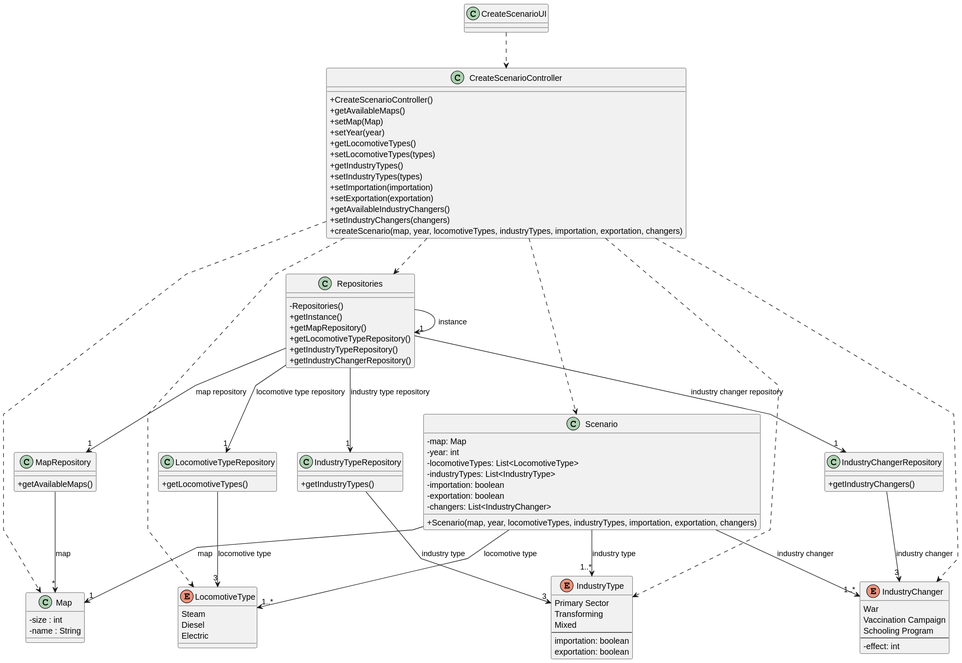
1240935/pi2-railway-simulator keeps this PlantUML diagram as Sprint2/US004/03.design/svg/US004-CD.svg. Above is the earlier version. The source it was exported from:
```plantuml
@startuml
    skinparam packageStyle rectangle
    skinparam shadowing false
    skinparam linetype polyline

    skinparam classAttributeIconSize 0


    class CreateScenarioUI{
    }

    class CreateScenarioController {
        +CreateScenarioController()
        +getAvailableMaps()
        +setMap(Map)
        +setYear(year)
        +getLocomotiveTypes()
        +setLocomotiveTypes(types)
        +getIndustryTypes()
        +setIndustryTypes(types)
        +setImportation(importation)
        +setExportation(exportation)
        +getAvailableIndustryChangers()
        +setIndustryChangers(changers)
        +createScenario(map, year, locomotiveTypes, industryTypes, importation, exportation, changers)

    }

    class Repositories {
            -Repositories()
            +getInstance()
            +getMapRepository()
            +getLocomotiveTypeRepository()
            +getIndustryTypeRepository()
            +getIndustryChangerRepository()
    }

    class MapRepository {
            +getAvailableMaps()
        }

    class LocomotiveTypeRepository {
          +getLocomotiveTypes()
    }

    class IndustryTypeRepository {
          +getIndustryTypes()
    }

    class IndustryChangerRepository {
          +getIndustryChangers()
    }

     class Scenario {
       -map: Map
       -year: int
       -locomotiveTypes: List<LocomotiveType>
       -industryTypes: List<IndustryType>
       -importation: boolean
       -exportation: boolean
       -changers: List<IndustryChanger>
       +Scenario(map, year, locomotiveTypes, industryTypes, importation, exportation, changers)
     }

        class Map{
        - size : int
        - name : String
        }

        enum LocomotiveType{
            Steam
            Diesel
            Electric
        }

        enum IndustryType{
            Primary Sector
            Transforming
            Mixed
            --
            importation: boolean
            exportation: boolean
        }

        enum IndustryChanger{
            War
            Vaccination Campaign
            Schooling Program
            --
            -effect: int
        }


    CreateScenarioUI ..> CreateScenarioController

    CreateScenarioController ..> Scenario
    CreateScenarioController ..> Repositories

    Repositories -> "1" Repositories : instance
    Repositories --> "1" MapRepository: map repository
    Repositories --> "1" LocomotiveTypeRepository : locomotive type repository
    Repositories --> "1" IndustryTypeRepository : industry type repository
    Repositories --> "1" IndustryChangerRepository : industry changer repository

    MapRepository --> "*" Map : map
    LocomotiveTypeRepository --> "3" LocomotiveType : locomotive type
    IndustryTypeRepository --> "3" IndustryType : industry type
    IndustryChangerRepository --> "3" IndustryChanger : industry changer

    Scenario --> "1" Map : map
    Scenario --> "1..*" LocomotiveType: locomotive type
    Scenario --> "1..*" IndustryChanger : industry changer
    Scenario --> "1..*" IndustryType: industry type

    CreateScenarioController ..> Map
    CreateScenarioController ..> LocomotiveType
    CreateScenarioController ..> IndustryType
    CreateScenarioController ..> IndustryChanger


    @enduml
```
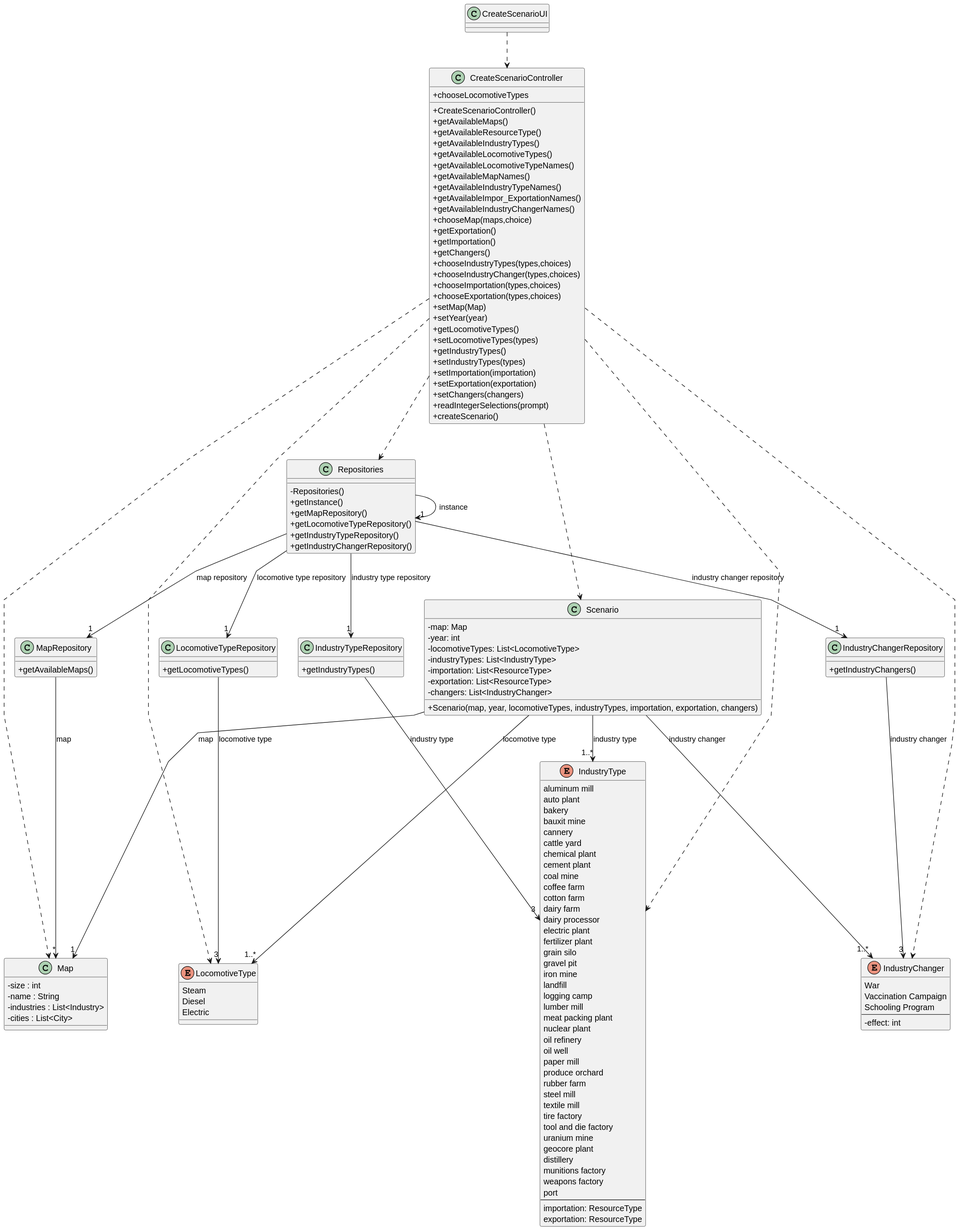
Above is the later version.

Diff of the diagram source:
```diff
@@ -12,6 +12,23 @@
     class CreateScenarioController {
         +CreateScenarioController()
         +getAvailableMaps()
+        +getAvailableResourceType()
+        +getAvailableIndustryTypes()
+        +getAvailableLocomotiveTypes()
+        +getAvailableLocomotiveTypeNames()
+        +getAvailableMapNames()
+        +getAvailableIndustryTypeNames()
+        +getAvailableImpor_ExportationNames()
+        +getAvailableIndustryChangerNames()
+        +chooseMap(maps,choice)
+        +chooseLocomotiveTypes
+        +getExportation()
+        +getImportation()
+        +getChangers()
+        +chooseIndustryTypes(types,choices)
+        +chooseIndustryChanger(types,choices)
+        +chooseImportation(types,choices)
+        +chooseExportation(types,choices)
         +setMap(Map)
         +setYear(year)
         +getLocomotiveTypes()
@@ -20,9 +37,9 @@
         +setIndustryTypes(types)
         +setImportation(importation)
         +setExportation(exportation)
-        +getAvailableIndustryChangers()
-        +setIndustryChangers(changers)
-        +createScenario(map, year, locomotiveTypes, industryTypes, importation, exportation, changers)
+        +setChangers(changers)
+        +readIntegerSelections(prompt)
+        +createScenario()
 
     }
 
@@ -56,8 +73,8 @@
        -year: int
        -locomotiveTypes: List<LocomotiveType>
        -industryTypes: List<IndustryType>
-       -importation: boolean
-       -exportation: boolean
+       -importation: List<ResourceType>
+       -exportation: List<ResourceType>
        -changers: List<IndustryChanger>
        +Scenario(map, year, locomotiveTypes, industryTypes, importation, exportation, changers)
      }
@@ -65,6 +82,8 @@
         class Map{
         - size : int
         - name : String
+        - industries : List<Industry>
+        - cities : List<City>
         }
 
         enum LocomotiveType{
@@ -74,12 +93,47 @@
         }
 
         enum IndustryType{
-            Primary Sector
-            Transforming
-            Mixed
+            aluminum mill
+                auto plant
+                bakery
+                bauxit mine
+                cannery
+                cattle yard
+                chemical plant
+                cement plant
+                coal mine
+                coffee farm
+                cotton farm
+                dairy farm
+                dairy processor
+                electric plant
+                fertilizer plant
+                grain silo
+                gravel pit
+                iron mine
+                landfill
+                logging camp
+                lumber mill
+                meat packing plant
+                nuclear plant
+                oil refinery
+                oil well
+                paper mill
+                produce orchard
+                rubber farm
+                steel mill
+                textile mill
+                tire factory
+                tool and die factory
+                uranium mine
+                geocore plant
+                distillery
+                munitions factory
+                weapons factory
+                port
             --
-            importation: boolean
-            exportation: boolean
+            importation: ResourceType
+            exportation: ResourceType
         }
 
         enum IndustryChanger{
```
